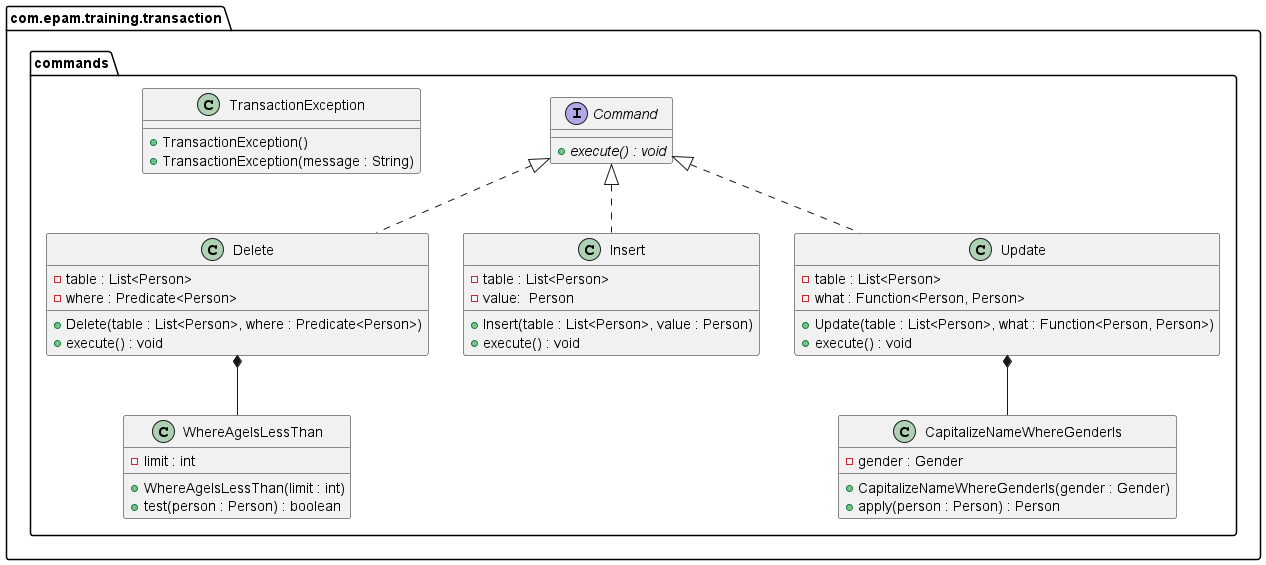
epam-java-cre/exercise-specification-images keeps this PlantUML diagram as design-patterns-transaction/commands.png. Above is the earlier version. The source it was exported from:
```plantuml
@startuml

set separator none
package "com.epam.training.transaction" {
    package "commands" {
        interface Command {
            + {abstract} execute() : void
        }

        class Delete {
            - table : List<Person>
            - where : Predicate<Person>
            + Delete(table : List<Person>, where : Predicate<Person>)
            + execute() : void
        }

        class Insert {
            - table : List<Person>
            - value:  Person
            + Insert(table : List<Person>, value : Person)
            + execute() : void
        }

        class Update {
            - table : List<Person>
            - what : Function<Person, Person>
            + Update(table : List<Person>, what : Function<Person, Person>)
            + execute() : void
        }

        class CapitalizeNameWhereGenderIs {
            - gender : Gender
            + CapitalizeNameWhereGenderIs(gender : Gender)
            + apply(person : Person) : Person
        }

        class WhereAgeIsLessThan {
            - limit : int
            + WhereAgeIsLessThan(limit : int)
            + test(person : Person) : boolean
        }

        class TransactionException {
            + TransactionException()
            + TransactionException(message : String)
        }
    }
}

Command <|.. Insert
Command <|.. Delete
Command <|.. Update
Delete *-- WhereAgeIsLessThan
Update *-- CapitalizeNameWhereGenderIs
@enduml
```
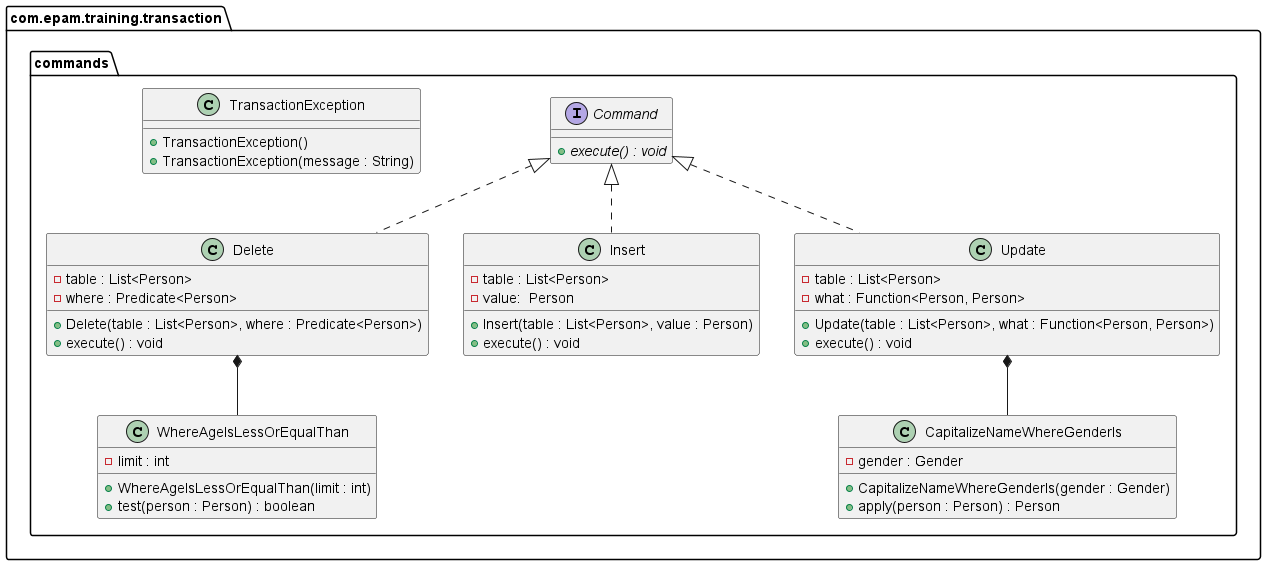
After the change.

What changed in the source:
```diff
@@ -34,9 +34,9 @@
             + apply(person : Person) : Person
         }
 
-        class WhereAgeIsLessThan {
+        class WhereAgeIsLessOrEqualThan {
             - limit : int
-            + WhereAgeIsLessThan(limit : int)
+            + WhereAgeIsLessOrEqualThan(limit : int)
             + test(person : Person) : boolean
         }
 
@@ -50,6 +50,6 @@
 Command <|.. Insert
 Command <|.. Delete
 Command <|.. Update
-Delete *-- WhereAgeIsLessThan
+Delete *-- WhereAgeIsLessOrEqualThan
 Update *-- CapitalizeNameWhereGenderIs
 @enduml
```
